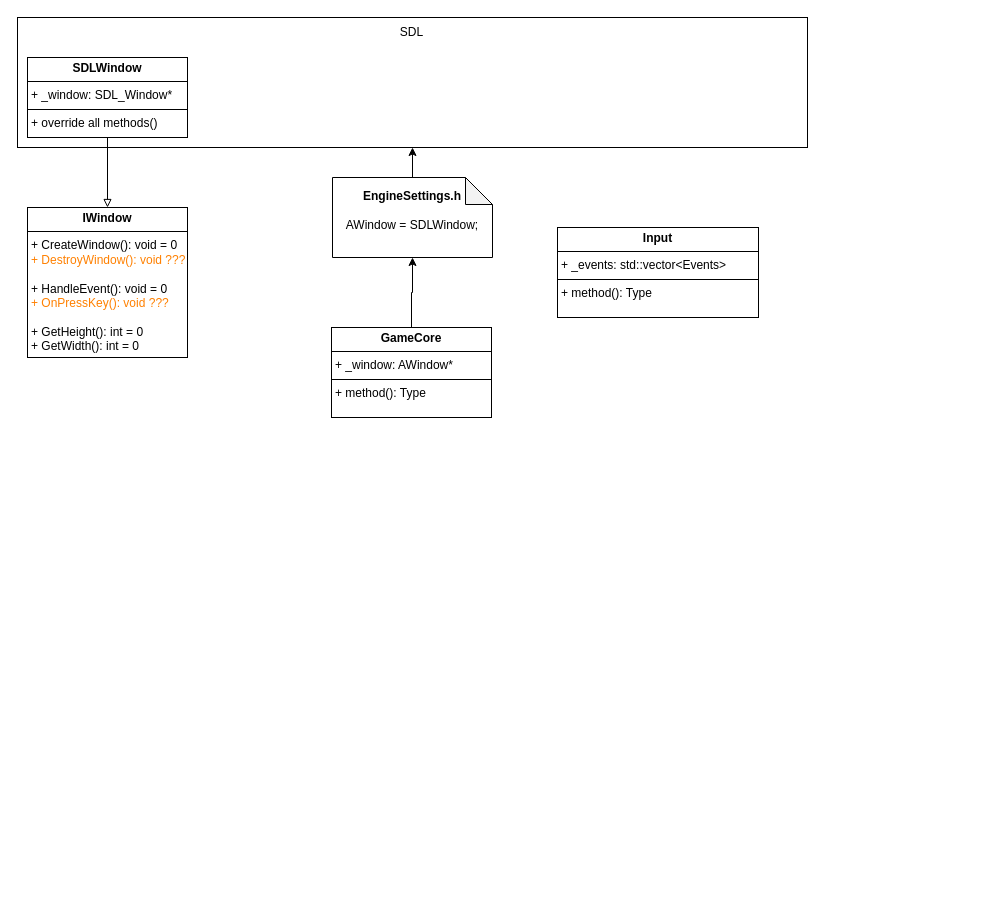
The draw.io diagram ProjectDiagram.drawio in Ultrasubmarine/EPet, before the edit. Source tidied: cells renumbered, new cells numbered last; positions are measured from the earlier drawing's top-left corner, leaving out a move shared by most shapes. Both pictures are drawn from the tidied source at 100%, with x=0, y=0 at pixel (17, 17).
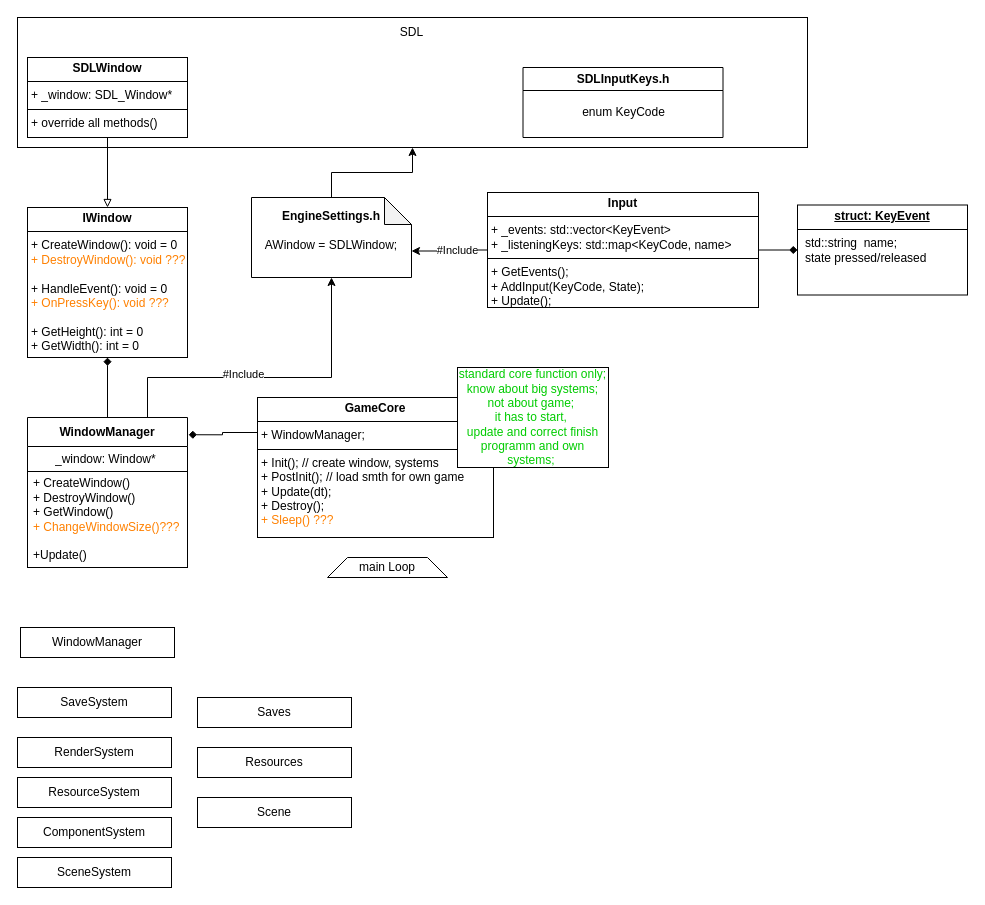
The same page after the edit.

The change refers to these unchanged cells:
```xml
<mxCell id="3" value="&lt;p style=&quot;margin:0px;margin-top:4px;text-align:center;&quot;&gt;&lt;b&gt;IWindow&lt;/b&gt;&lt;/p&gt;&lt;hr size=&quot;1&quot; style=&quot;border-style:solid;&quot;&gt;&lt;p style=&quot;margin:0px;margin-left:4px;&quot;&gt;+ CreateWindow(): void = 0&lt;/p&gt;&lt;p style=&quot;margin:0px;margin-left:4px;&quot;&gt;&lt;font color=&quot;#ff8000&quot;&gt;+ DestroyWindow(): void ???&lt;/font&gt;&lt;/p&gt;&lt;p style=&quot;margin:0px;margin-left:4px;&quot;&gt;&lt;font color=&quot;#ff8000&quot;&gt;&lt;br&gt;&lt;/font&gt;&lt;/p&gt;&lt;p style=&quot;margin:0px;margin-left:4px;&quot;&gt;+ HandleEvent(): void = 0&lt;/p&gt;&lt;p style=&quot;margin:0px;margin-left:4px;&quot;&gt;&lt;font color=&quot;#ff8000&quot;&gt;+ OnPressKey(): void ???&lt;/font&gt;&lt;/p&gt;&lt;p style=&quot;margin:0px;margin-left:4px;&quot;&gt;&amp;nbsp;&lt;/p&gt;&lt;p style=&quot;margin:0px;margin-left:4px;&quot;&gt;+ GetHeight(): int = 0&lt;/p&gt;&lt;p style=&quot;margin:0px;margin-left:4px;&quot;&gt;+ GetWidth(): int = 0&lt;/p&gt;" style="verticalAlign=top;align=left;overflow=fill;html=1;whiteSpace=wrap;" parent="1" vertex="1">
  <mxGeometry x="10" y="190" width="160" height="150" as="geometry" />
</mxCell>
```

What changed in the source:
```diff
@@
-    <mxCell id="6" value="&lt;p style=&quot;margin:0px;margin-top:4px;text-align:center;&quot;&gt;&lt;b&gt;GameCore&lt;/b&gt;&lt;/p&gt;&lt;hr size=&quot;1&quot; style=&quot;border-style:solid;&quot;&gt;&lt;p style=&quot;margin:0px;margin-left:4px;&quot;&gt;+ _window: AWindow*&lt;/p&gt;&lt;hr size=&quot;1&quot; style=&quot;border-style:solid;&quot;&gt;&lt;p style=&quot;margin:0px;margin-left:4px;&quot;&gt;+ method(): Type&lt;/p&gt;" style="verticalAlign=top;align=left;overflow=fill;html=1;whiteSpace=wrap;" parent="1" vertex="1">
-      <mxGeometry x="314" y="310" width="160" height="90" as="geometry" />
+    <mxCell id="6" value="&lt;p style=&quot;margin:0px;margin-top:4px;text-align:center;&quot;&gt;&lt;b&gt;GameCore&lt;/b&gt;&lt;/p&gt;&lt;hr size=&quot;1&quot; style=&quot;border-style:solid;&quot;&gt;&lt;p style=&quot;margin:0px;margin-left:4px;&quot;&gt;+ WindowManager;&lt;/p&gt;&lt;hr size=&quot;1&quot; style=&quot;border-style:solid;&quot;&gt;&lt;p style=&quot;margin:0px;margin-left:4px;&quot;&gt;+ Init(); // create window, systems&lt;/p&gt;&lt;p style=&quot;margin:0px;margin-left:4px;&quot;&gt;+ PostInit(); // load smth for own game&lt;/p&gt;&lt;p style=&quot;margin:0px;margin-left:4px;&quot;&gt;+ Update(dt);&lt;/p&gt;&lt;p style=&quot;margin:0px;margin-left:4px;&quot;&gt;+ Destroy();&lt;/p&gt;&lt;p style=&quot;margin:0px;margin-left:4px;&quot;&gt;&lt;font color=&quot;#ff8000&quot;&gt;+ Sleep() ???&lt;/font&gt;&lt;/p&gt;" style="verticalAlign=top;align=left;overflow=fill;html=1;whiteSpace=wrap;" parent="1" vertex="1">
+      <mxGeometry x="240" y="380" width="236" height="140" as="geometry" />
     </mxCell>
+    <mxCell id="12" style="edgeStyle=orthogonalEdgeStyle;rounded=0;jettySize=auto;html=1;exitX=1;exitY=0.5;exitDx=0;exitDy=0;entryX=0;entryY=0.5;entryDx=0;entryDy=0;horizontal=1;endArrow=diamond;endFill=1;" parent="1" edge="1" source="7" target="15">
+      <mxGeometry relative="1" as="geometry" />
+    </mxCell>
-    <mxCell id="7" value="&lt;p style=&quot;margin:0px;margin-top:4px;text-align:center;&quot;&gt;&lt;b&gt;Input&lt;/b&gt;&lt;/p&gt;&lt;hr size=&quot;1&quot; style=&quot;border-style:solid;&quot;&gt;&lt;p style=&quot;margin:0px;margin-left:4px;&quot;&gt;+ _events: std::vector&amp;lt;Events&amp;gt;&lt;/p&gt;&lt;hr size=&quot;1&quot; style=&quot;border-style:solid;&quot;&gt;&lt;p style=&quot;margin:0px;margin-left:4px;&quot;&gt;+ method(): Type&lt;/p&gt;" style="verticalAlign=top;align=left;overflow=fill;html=1;whiteSpace=wrap;" parent="1" vertex="1">
-      <mxGeometry x="540" y="210" width="201" height="90" as="geometry" />
+    <mxCell id="7" value="&lt;p style=&quot;margin:0px;margin-top:4px;text-align:center;&quot;&gt;&lt;b&gt;Input&lt;/b&gt;&lt;/p&gt;&lt;hr size=&quot;1&quot; style=&quot;border-style:solid;&quot;&gt;&lt;p style=&quot;margin:0px;margin-left:4px;&quot;&gt;+ _events: std::vector&amp;lt;KeyEvent&amp;gt;&lt;/p&gt;&lt;p style=&quot;margin:0px;margin-left:4px;&quot;&gt;+ _listeningKeys: std::map&amp;lt;KeyCode, name&amp;gt;&lt;/p&gt;&lt;hr size=&quot;1&quot; style=&quot;border-style:solid;&quot;&gt;&lt;p style=&quot;margin:0px;margin-left:4px;&quot;&gt;+ GetEvents();&amp;nbsp;&lt;/p&gt;&lt;p style=&quot;margin:0px;margin-left:4px;&quot;&gt;+ AddInput(KeyCode, State);&lt;/p&gt;&lt;p style=&quot;margin:0px;margin-left:4px;&quot;&gt;+ Update();&amp;nbsp;&lt;/p&gt;" style="verticalAlign=top;align=left;overflow=fill;html=1;whiteSpace=wrap;" parent="1" vertex="1">
+      <mxGeometry x="470" y="175" width="271" height="115" as="geometry" />
     </mxCell>
@@
     <mxCell id="10" value="&lt;b&gt;EngineSettings.h&lt;/b&gt;&lt;div&gt;&lt;b&gt;&lt;br&gt;&lt;/b&gt;&lt;/div&gt;&lt;div&gt;AWindow = SDLWindow;&lt;/div&gt;&lt;div&gt;&lt;b&gt;&lt;br&gt;&lt;/b&gt;&lt;/div&gt;" style="shape=note;whiteSpace=wrap;html=1;backgroundOutline=1;darkOpacity=0.05;align=center;size=27;" parent="1" vertex="1">
-      <mxGeometry x="315" y="160" width="160" height="80" as="geometry" />
+      <mxGeometry x="234" y="180" width="160" height="80" as="geometry" />
     </mxCell>
-    <mxCell id="11" style="edgeStyle=orthogonalEdgeStyle;rounded=0;jettySize=auto;html=1;entryX=0.5;entryY=1;entryDx=0;entryDy=0;entryPerimeter=0;" parent="1" edge="1" source="6" target="10">
-      <mxGeometry relative="1" as="geometry" />
-    </mxCell>
+    <mxCell id="13" value="SDLInputKeys.h" style="swimlane;whiteSpace=wrap;html=1;" parent="1" vertex="1">
+      <mxGeometry x="505.5" y="50" width="200" height="70" as="geometry" />
+    </mxCell>
+    <mxCell id="14" value="enum KeyCode" style="text;html=1;align=center;verticalAlign=middle;strokeColor=none;fillColor=none;rotation=0;" parent="13" vertex="1">
+      <mxGeometry x="45" y="30" width="110" height="30" as="geometry" />
+    </mxCell>
+    <mxCell id="15" value="&lt;p style=&quot;margin:0px;margin-top:4px;text-align:center;text-decoration:underline;&quot;&gt;&lt;b&gt;struct: KeyEvent&lt;/b&gt;&lt;/p&gt;&lt;hr size=&quot;1&quot; style=&quot;border-style:solid;&quot;&gt;&lt;p style=&quot;margin:0px;margin-left:8px;&quot;&gt;std::string &amp;nbsp;name;&lt;br&gt;state pressed/released&lt;/p&gt;" style="verticalAlign=top;align=left;overflow=fill;html=1;whiteSpace=wrap;" parent="1" vertex="1">
+      <mxGeometry x="780" y="187.5" width="170" height="90" as="geometry" />
+    </mxCell>
+    <mxCell id="16" style="edgeStyle=orthogonalEdgeStyle;rounded=0;jettySize=auto;html=1;entryX=0;entryY=0;entryDx=160;entryDy=53.5;entryPerimeter=0;" parent="1" edge="1" source="7" target="10">
+      <mxGeometry relative="1" as="geometry" />
+    </mxCell>
+    <mxCell id="17" value="#Include" style="edgeLabel;html=1;align=center;verticalAlign=middle;" parent="16" vertex="1">
+      <mxGeometry x="0.13" y="-2" relative="1" as="geometry">
+        <mxPoint x="12" y="1" as="offset" />
+      </mxGeometry>
+    </mxCell>
+    <mxCell id="18" value="main Loop" style="shape=trapezoid;perimeter=trapezoidPerimeter;whiteSpace=wrap;html=1;fixedSize=1;" parent="1" vertex="1">
+      <mxGeometry x="310" y="540" width="120" height="20" as="geometry" />
+    </mxCell>
+    <mxCell id="19" value="&lt;font color=&quot;#00cc00&quot;&gt;standard core function only;&lt;/font&gt;&lt;div&gt;&lt;font color=&quot;#00cc00&quot;&gt;know about big systems; not about game;&amp;nbsp;&lt;/font&gt;&lt;/div&gt;&lt;div&gt;&lt;font color=&quot;#00cc00&quot;&gt;it has to start,&amp;nbsp;&lt;/font&gt;&lt;/div&gt;&lt;div&gt;&lt;font color=&quot;#00cc00&quot;&gt;update and correct finish programm and own systems;&amp;nbsp;&lt;/font&gt;&lt;/div&gt;" style="rounded=0;whiteSpace=wrap;html=1;" parent="1" vertex="1">
+      <mxGeometry x="440" y="350" width="151" height="100" as="geometry" />
+    </mxCell>
+    <mxCell id="20" value="WindowManager" style="rounded=0;whiteSpace=wrap;html=1;" parent="1" vertex="1">
+      <mxGeometry x="3" y="610" width="154" height="30" as="geometry" />
+    </mxCell>
+    <mxCell id="21" value="Scene" style="rounded=0;whiteSpace=wrap;html=1;" parent="1" vertex="1">
+      <mxGeometry x="180" y="780" width="154" height="30" as="geometry" />
+    </mxCell>
+    <mxCell id="22" value="Resources" style="rounded=0;whiteSpace=wrap;html=1;" parent="1" vertex="1">
+      <mxGeometry x="180" y="730" width="154" height="30" as="geometry" />
+    </mxCell>
+    <mxCell id="23" value="Saves" style="rounded=0;whiteSpace=wrap;html=1;" parent="1" vertex="1">
+      <mxGeometry x="180" y="680" width="154" height="30" as="geometry" />
+    </mxCell>
+    <mxCell id="24" value="ComponentSystem" style="rounded=0;whiteSpace=wrap;html=1;" parent="1" vertex="1">
+      <mxGeometry y="800" width="154" height="30" as="geometry" />
+    </mxCell>
+    <mxCell id="25" value="SceneSystem" style="rounded=0;whiteSpace=wrap;html=1;" parent="1" vertex="1">
+      <mxGeometry y="840" width="154" height="30" as="geometry" />
+    </mxCell>
+    <mxCell id="26" value="ResourceSystem" style="rounded=0;whiteSpace=wrap;html=1;" parent="1" vertex="1">
+      <mxGeometry y="760" width="154" height="30" as="geometry" />
+    </mxCell>
+    <mxCell id="27" value="RenderSystem" style="rounded=0;whiteSpace=wrap;html=1;" parent="1" vertex="1">
+      <mxGeometry y="720" width="154" height="30" as="geometry" />
+    </mxCell>
+    <mxCell id="28" value="SaveSystem" style="rounded=0;whiteSpace=wrap;html=1;" parent="1" vertex="1">
+      <mxGeometry y="670" width="154" height="30" as="geometry" />
+    </mxCell>
+    <mxCell id="29" style="edgeStyle=orthogonalEdgeStyle;rounded=0;jettySize=auto;html=1;entryX=0.5;entryY=1;entryDx=0;entryDy=0;endArrow=diamond;endFill=1;" parent="1" edge="1" source="30" target="3">
+      <mxGeometry relative="1" as="geometry" />
+    </mxCell>
+    <mxCell id="30" value="WindowManager" style="swimlane;fontStyle=1;align=center;verticalAlign=middle;horizontal=1;startSize=29;html=1;whiteSpace=wrap;" parent="1" vertex="1">
+      <mxGeometry x="10" y="400" width="160" height="150" as="geometry" />
+    </mxCell>
+    <mxCell id="31" value="_window: Window*&amp;nbsp;" style="text;html=1;strokeColor=none;fillColor=none;align=center;verticalAlign=middle;spacingLeft=4;spacingRight=4;overflow=hidden;whiteSpace=wrap;" parent="30" vertex="1">
+      <mxGeometry y="29" width="160" height="25" as="geometry" />
+    </mxCell>
+    <mxCell id="32" value="+ CreateWindow()&lt;div&gt;+ DestroyWindow()&lt;/div&gt;&lt;div&gt;+ GetWindow()&lt;/div&gt;&lt;div&gt;&lt;font color=&quot;#ff8000&quot;&gt;+ ChangeWindowSize()???&lt;/font&gt;&lt;/div&gt;&lt;div&gt;&lt;font color=&quot;#ff8000&quot;&gt;&lt;br&gt;&lt;/font&gt;&lt;/div&gt;&lt;div&gt;+Update()&lt;/div&gt;" style="text;html=1;strokeColor=default;fillColor=none;align=left;verticalAlign=middle;spacingLeft=4;spacingRight=4;overflow=hidden;whiteSpace=wrap;" parent="30" vertex="1">
+      <mxGeometry y="54" width="160" height="96" as="geometry" />
+    </mxCell>
+    <mxCell id="33" style="edgeStyle=orthogonalEdgeStyle;rounded=0;jettySize=auto;html=1;exitX=0;exitY=0.25;exitDx=0;exitDy=0;entryX=1.007;entryY=0.115;entryDx=0;entryDy=0;entryPerimeter=0;endArrow=diamond;endFill=1;" parent="1" edge="1" source="6" target="30">
+      <mxGeometry relative="1" as="geometry" />
+    </mxCell>
+    <mxCell id="34" style="edgeStyle=orthogonalEdgeStyle;rounded=0;jettySize=auto;html=1;exitX=0.5;exitY=0;exitDx=0;exitDy=0;entryX=0.5;entryY=1;entryDx=0;entryDy=0;entryPerimeter=0;" parent="1" edge="1" source="30" target="10">
+      <mxGeometry relative="1" as="geometry">
+        <Array as="points">
+          <mxPoint x="130" y="400" />
+          <mxPoint x="130" y="360" />
+          <mxPoint x="314" y="360" />
+        </Array>
+      </mxGeometry>
+    </mxCell>
+    <mxCell id="35" value="#Include" style="edgeLabel;html=1;align=center;verticalAlign=middle;" parent="34" vertex="1">
+      <mxGeometry x="-0.04" y="4" relative="1" as="geometry" />
+    </mxCell>
```
